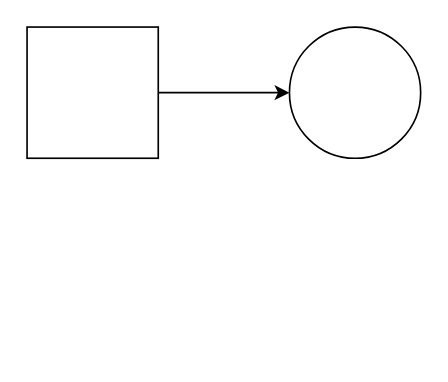
Earlier version of the draw.io diagram scripts/profit_server/common/test.drawio (train-to-cupertino/droplet-tools). Source tidied: cells renumbered, new cells numbered last; positions are measured from the earlier drawing's top-left corner, leaving out a move shared by most shapes. Both pictures are drawn from the tidied source at 164%, with x=0, y=0 at pixel (26, 26).
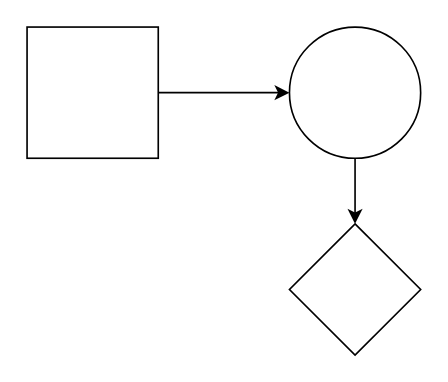
The same page after the edit.

The edit, as a diff of the source:
```diff
@@
 <mxGraphModel>
   <root>
     <mxCell id="0" />
     <mxCell id="1" parent="0" />
     <mxCell id="2" style="edgeStyle=none;html=1;exitX=1;exitY=0.5;exitDx=0;exitDy=0;" parent="1" edge="1" source="3" target="4">
       <mxGeometry relative="1" as="geometry" />
     </mxCell>
     <mxCell id="3" style="whiteSpace=wrap;html=1;" parent="1" vertex="1">
       <mxGeometry width="80" height="80" as="geometry" />
     </mxCell>
+    <mxCell id="5" style="edgeStyle=orthogonalEdgeStyle;rounded=0;jettySize=auto;html=1;exitX=0.5;exitY=1;exitDx=0;exitDy=0;entryX=0.5;entryY=0;entryDx=0;entryDy=0;" parent="1" edge="1" source="4" target="6">
+      <mxGeometry relative="1" as="geometry" />
+    </mxCell>
     <mxCell id="4" style="ellipse;whiteSpace=wrap;html=1;" parent="1" vertex="1">
       <mxGeometry x="160" width="80" height="80" as="geometry" />
     </mxCell>
+    <mxCell id="6" style="rhombus;whiteSpace=wrap;html=1;" parent="1" vertex="1">
+      <mxGeometry x="160" y="120" width="80" height="80" as="geometry" />
+    </mxCell>
   </root>
 </mxGraphModel>
```
